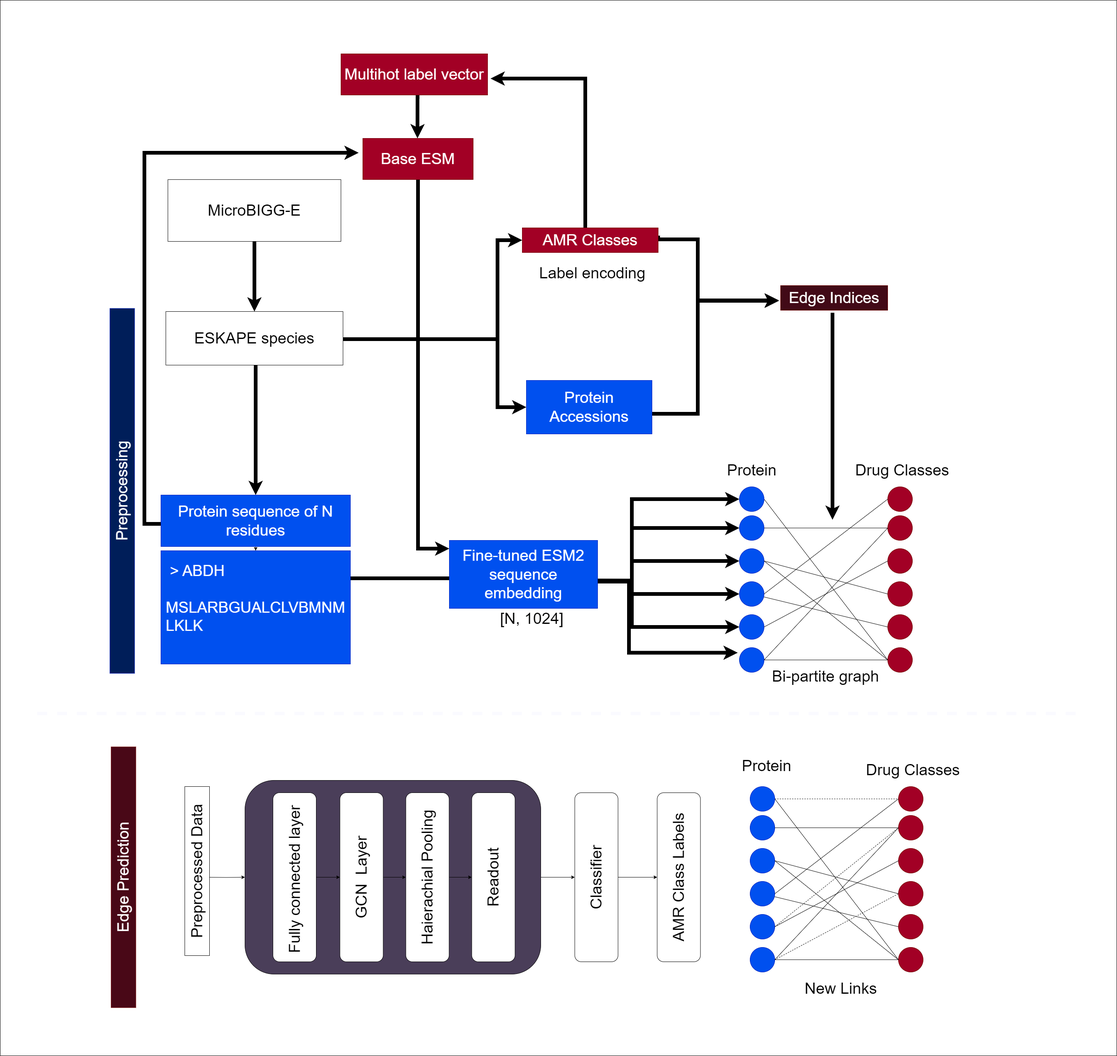
Earlier version of the draw.io export misc/Workflow.png (NCBI-Codeathons/amr-2024-team-sridharan). Source tidied: cells renumbered, new cells last; positions are measured from the earlier drawing's top-left corner, leaving out a move shared by most shapes.
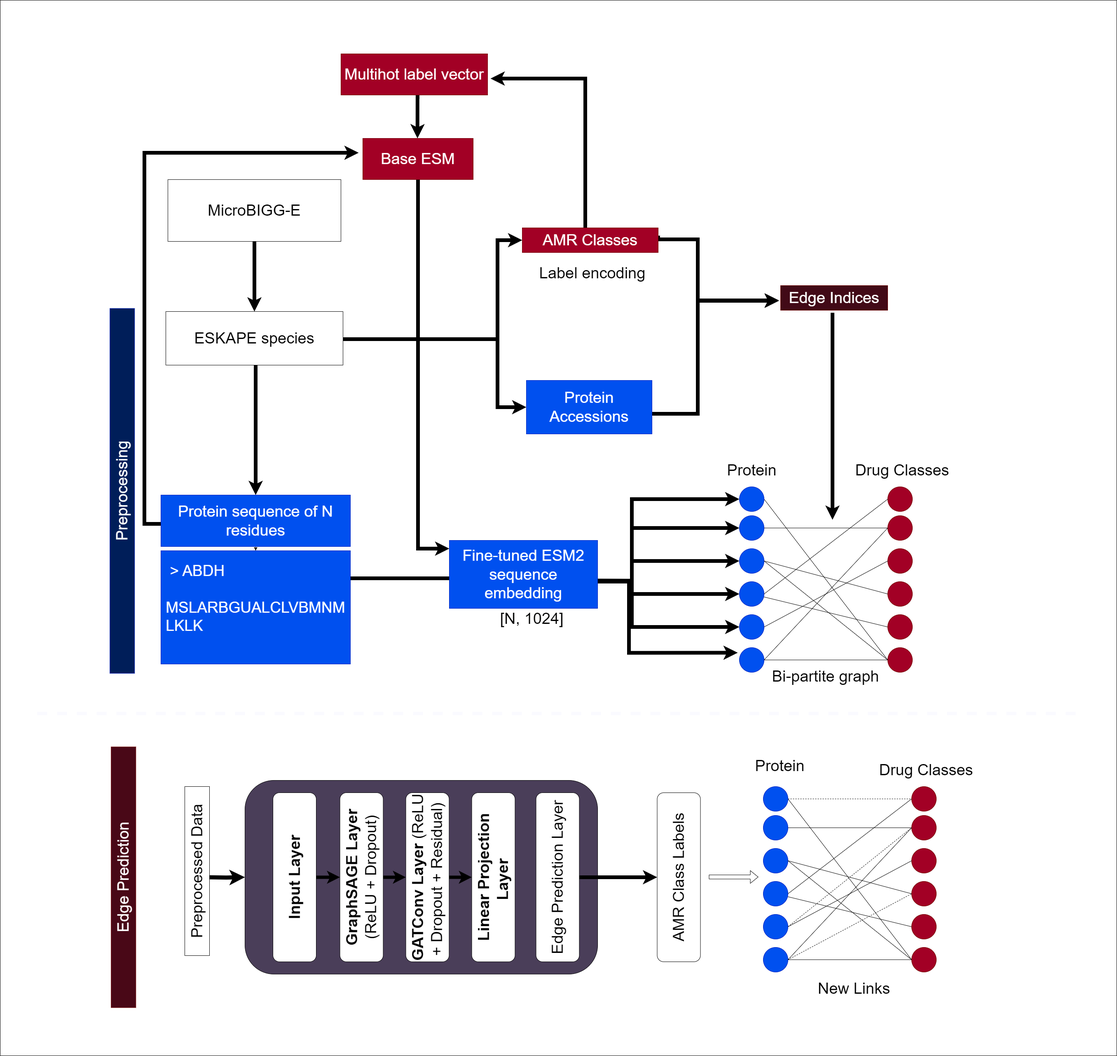
Above is the later version.

Commit message:
workflow and graph data code rough outline

Diff of the diagram source:
```diff
@@ -122,7 +122,7 @@
         </Array>
       </mxGeometry>
     </mxCell>
-    <mxCell id="32" style="edgeStyle=orthogonalEdgeStyle;rounded=0;jettySize=auto;html=1;exitX=1;exitY=0.5;exitDx=0;exitDy=0;fontSize=38;" parent="1" edge="1" target="49">
+    <mxCell id="32" style="edgeStyle=orthogonalEdgeStyle;rounded=0;jettySize=auto;html=1;exitX=1;exitY=0.5;exitDx=0;exitDy=0;fontSize=38;strokeWidth=10;" parent="1" edge="1" target="49">
       <mxGeometry relative="1" as="geometry">
         <mxPoint x="648" y="2127" as="sourcePoint" />
       </mxGeometry>
@@ -225,11 +225,11 @@
     <mxCell id="47" value="Edge Indices" style="rounded=0;whiteSpace=wrap;html=1;fontSize=38;fillColor=#420a17;fontColor=#ffffff;strokeColor=#6F0000;" parent="1" vertex="1">
       <mxGeometry x="2040" y="692" width="260" height="60" as="geometry" />
     </mxCell>
-    <mxCell id="48" style="edgeStyle=orthogonalEdgeStyle;rounded=0;jettySize=auto;html=1;exitX=1;exitY=0.5;exitDx=0;exitDy=0;fontSize=38;" parent="1" edge="1" source="49" target="61">
+    <mxCell id="48" style="edgeStyle=orthogonalEdgeStyle;rounded=0;jettySize=auto;html=1;exitX=1;exitY=0.5;exitDx=0;exitDy=0;fontSize=38;entryX=0.5;entryY=1;entryDx=0;entryDy=0;" parent="1" edge="1" source="49" target="61">
       <mxGeometry relative="1" as="geometry" />
     </mxCell>
     <mxCell id="49" style="rounded=1;whiteSpace=wrap;html=1;fontSize=38;fillColor=#4A3E59;" parent="1" vertex="1">
-      <mxGeometry x="740" y="1892" width="718" height="470" as="geometry" />
+      <mxGeometry x="740" y="1892" width="856" height="470" as="geometry" />
     </mxCell>
     <mxCell id="50" value="Preprocessing" style="rounded=0;whiteSpace=wrap;html=1;rotation=-90;fontSize=38;fillColor=#001E59;fontColor=#ffffff;strokeColor=#001DBC;" parent="1" vertex="1">
       <mxGeometry x="-0.2" y="1160" width="885" height="60" as="geometry" />
@@ -240,32 +240,32 @@
     <mxCell id="52" value="Edge Prediction" style="rounded=0;whiteSpace=wrap;html=1;rotation=-90;fontSize=38;fillColor=#490817;fontColor=#ffffff;strokeColor=#6F0000;" parent="1" vertex="1">
       <mxGeometry x="129" y="2097" width="632.5" height="60" as="geometry" />
     </mxCell>
-    <mxCell id="53" style="edgeStyle=orthogonalEdgeStyle;rounded=0;jettySize=auto;html=1;exitX=0.5;exitY=1;exitDx=0;exitDy=0;fontSize=38;" parent="1" edge="1" source="54" target="56">
+    <mxCell id="53" style="edgeStyle=orthogonalEdgeStyle;rounded=0;jettySize=auto;html=1;exitX=0.5;exitY=1;exitDx=0;exitDy=0;fontSize=38;strokeWidth=8;" parent="1" edge="1" source="54" target="56">
       <mxGeometry relative="1" as="geometry" />
     </mxCell>
-    <mxCell id="54" value="Fully connected layer&amp;nbsp;" style="rounded=1;whiteSpace=wrap;html=1;rotation=-90;fontSize=38;" parent="1" vertex="1">
+    <mxCell id="54" value="&lt;b&gt;Input Layer&lt;/b&gt;" style="rounded=1;whiteSpace=wrap;html=1;rotation=-90;fontSize=38;" parent="1" vertex="1">
       <mxGeometry x="655.5" y="2074.5" width="410" height="105" as="geometry" />
     </mxCell>
-    <mxCell id="55" style="edgeStyle=orthogonalEdgeStyle;rounded=0;jettySize=auto;html=1;fontSize=38;" parent="1" edge="1" source="56" target="58">
+    <mxCell id="55" style="edgeStyle=orthogonalEdgeStyle;rounded=0;jettySize=auto;html=1;fontSize=38;strokeWidth=8;" parent="1" edge="1" source="56" target="58">
       <mxGeometry relative="1" as="geometry" />
     </mxCell>
-    <mxCell id="56" value="GCN&amp;nbsp; Layer" style="rounded=1;whiteSpace=wrap;html=1;rotation=-90;fontSize=38;" parent="1" vertex="1">
+    <mxCell id="56" value="&lt;strong&gt;GraphSAGE Layer&lt;/strong&gt; (ReLU + Dropout)" style="rounded=1;whiteSpace=wrap;html=1;rotation=-90;fontSize=38;" parent="1" vertex="1">
       <mxGeometry x="818" y="2074.5" width="410" height="105" as="geometry" />
     </mxCell>
-    <mxCell id="57" style="edgeStyle=orthogonalEdgeStyle;rounded=0;jettySize=auto;html=1;entryX=0.5;entryY=0;entryDx=0;entryDy=0;fontSize=38;" parent="1" edge="1" source="58" target="59">
+    <mxCell id="57" style="edgeStyle=orthogonalEdgeStyle;rounded=0;jettySize=auto;html=1;entryX=0.5;entryY=0;entryDx=0;entryDy=0;fontSize=38;strokeWidth=8;" parent="1" edge="1" source="58" target="59">
       <mxGeometry relative="1" as="geometry" />
     </mxCell>
-    <mxCell id="58" value="Haierachial Pooling" style="rounded=1;whiteSpace=wrap;html=1;rotation=-90;fontSize=38;" parent="1" vertex="1">
+    <mxCell id="58" value="&lt;strong&gt;GATConv Layer&lt;/strong&gt; (ReLU + Dropout + Residual)&amp;nbsp;" style="rounded=1;whiteSpace=wrap;html=1;rotation=-90;fontSize=38;" parent="1" vertex="1">
       <mxGeometry x="978" y="2074.5" width="410" height="105" as="geometry" />
     </mxCell>
-    <mxCell id="59" value="Readout" style="rounded=1;whiteSpace=wrap;html=1;rotation=-90;fontSize=38;" parent="1" vertex="1">
+    <mxCell id="59" value="&lt;strong&gt;Linear Projection Layer&lt;/strong&gt;&amp;nbsp;" style="rounded=1;whiteSpace=wrap;html=1;rotation=-90;fontSize=38;" parent="1" vertex="1">
       <mxGeometry x="1138" y="2074.5" width="410" height="105" as="geometry" />
     </mxCell>
-    <mxCell id="60" style="edgeStyle=orthogonalEdgeStyle;rounded=0;jettySize=auto;html=1;exitX=0.5;exitY=1;exitDx=0;exitDy=0;fontSize=38;" parent="1" edge="1" source="61" target="62">
+    <mxCell id="60" style="edgeStyle=orthogonalEdgeStyle;rounded=0;jettySize=auto;html=1;exitX=0.5;exitY=1;exitDx=0;exitDy=0;fontSize=38;strokeWidth=9;" parent="1" edge="1" source="61" target="62">
       <mxGeometry relative="1" as="geometry" />
     </mxCell>
-    <mxCell id="61" value="Classifier" style="rounded=1;whiteSpace=wrap;html=1;rotation=-90;fontSize=38;" parent="1" vertex="1">
-      <mxGeometry x="1388" y="2074.5" width="410" height="105" as="geometry" />
+    <mxCell id="61" value="Edge Prediction Layer" style="rounded=1;whiteSpace=wrap;html=1;rotation=-90;fontSize=38;" parent="1" vertex="1">
+      <mxGeometry x="1294" y="2074.5" width="410" height="105" as="geometry" />
     </mxCell>
     <mxCell id="62" value="AMR Class Labels" style="rounded=1;whiteSpace=wrap;html=1;rotation=-90;fontSize=38;" parent="1" vertex="1">
       <mxGeometry x="1588" y="2074.5" width="410" height="105" as="geometry" />
@@ -283,28 +283,28 @@
       <mxGeometry x="2009" y="1610" width="280" height="60" as="geometry" />
     </mxCell>
     <mxCell id="66" style="ellipse;whiteSpace=wrap;html=1;fontSize=38;fillColor=#0050ef;fontColor=#ffffff;strokeColor=#001DBC;" parent="1" vertex="1">
-      <mxGeometry x="1966" y="1977" width="60" height="60" as="geometry" />
+      <mxGeometry x="1998" y="1977" width="60" height="60" as="geometry" />
     </mxCell>
     <mxCell id="67" style="ellipse;whiteSpace=wrap;html=1;fontSize=38;fillColor=#0050ef;fontColor=#ffffff;strokeColor=#001DBC;" parent="1" vertex="1">
-      <mxGeometry x="1966" y="2057" width="60" height="60" as="geometry" />
+      <mxGeometry x="1998" y="2057" width="60" height="60" as="geometry" />
     </mxCell>
     <mxCell id="68" style="rounded=0;jettySize=auto;html=1;entryX=0;entryY=0.5;entryDx=0;entryDy=0;endArrow=none;endFill=0;fontSize=38;" parent="1" edge="1" source="69" target="80">
       <mxGeometry relative="1" as="geometry" />
     </mxCell>
     <mxCell id="69" style="ellipse;whiteSpace=wrap;html=1;fontSize=38;fillColor=#0050ef;fontColor=#ffffff;strokeColor=#001DBC;" parent="1" vertex="1">
-      <mxGeometry x="1966" y="2137" width="60" height="60" as="geometry" />
+      <mxGeometry x="1998" y="2137" width="60" height="60" as="geometry" />
     </mxCell>
     <mxCell id="70" style="rounded=0;jettySize=auto;html=1;exitX=1;exitY=0.5;exitDx=0;exitDy=0;entryX=0;entryY=0.5;entryDx=0;entryDy=0;endArrow=none;endFill=0;dashed=1;" parent="1" edge="1" source="71" target="77">
       <mxGeometry relative="1" as="geometry" />
     </mxCell>
     <mxCell id="71" style="ellipse;whiteSpace=wrap;html=1;fontSize=38;fillColor=#0050ef;fontColor=#ffffff;strokeColor=#001DBC;" parent="1" vertex="1">
-      <mxGeometry x="1966" y="2217" width="60" height="60" as="geometry" />
+      <mxGeometry x="1998" y="2217" width="60" height="60" as="geometry" />
     </mxCell>
     <mxCell id="72" style="rounded=0;jettySize=auto;html=1;exitX=1;exitY=0.5;exitDx=0;exitDy=0;entryX=0;entryY=0.5;entryDx=0;entryDy=0;endArrow=none;endFill=0;dashed=1;" parent="1" edge="1" source="73" target="79">
       <mxGeometry relative="1" as="geometry" />
     </mxCell>
     <mxCell id="73" style="ellipse;whiteSpace=wrap;html=1;fontSize=38;fillColor=#0050ef;fontColor=#ffffff;strokeColor=#001DBC;" parent="1" vertex="1">
-      <mxGeometry x="1966" y="2297" width="60" height="60" as="geometry" />
+      <mxGeometry x="1998" y="2297" width="60" height="60" as="geometry" />
     </mxCell>
     <mxCell id="74" style="rounded=0;jettySize=auto;html=1;exitX=1;exitY=0.5;exitDx=0;exitDy=0;entryX=0;entryY=0.5;entryDx=0;entryDy=0;endArrow=none;endFill=0;fontSize=38;" parent="1" edge="1" source="76" target="81">
       <mxGeometry relative="1" as="geometry" />
@@ -313,32 +313,32 @@
       <mxGeometry relative="1" as="geometry" />
     </mxCell>
     <mxCell id="76" style="ellipse;whiteSpace=wrap;html=1;fontSize=38;fillColor=#0050ef;fontColor=#ffffff;strokeColor=#001DBC;" parent="1" vertex="1">
-      <mxGeometry x="1966" y="1907" width="60" height="60" as="geometry" />
+      <mxGeometry x="1998" y="1907" width="60" height="60" as="geometry" />
     </mxCell>
     <mxCell id="77" style="ellipse;whiteSpace=wrap;html=1;fontSize=38;fillColor=#a20025;fontColor=#ffffff;strokeColor=#6F0000;" parent="1" vertex="1">
-      <mxGeometry x="2326" y="1977" width="60" height="60" as="geometry" />
+      <mxGeometry x="2358" y="1977" width="60" height="60" as="geometry" />
     </mxCell>
     <mxCell id="78" style="ellipse;whiteSpace=wrap;html=1;fontSize=38;fillColor=#a20025;fontColor=#ffffff;strokeColor=#6F0000;" parent="1" vertex="1">
-      <mxGeometry x="2326" y="2057" width="60" height="60" as="geometry" />
+      <mxGeometry x="2358" y="2057" width="60" height="60" as="geometry" />
     </mxCell>
     <mxCell id="79" style="ellipse;whiteSpace=wrap;html=1;fontSize=38;fillColor=#a20025;fontColor=#ffffff;strokeColor=#6F0000;" parent="1" vertex="1">
-      <mxGeometry x="2326" y="2137" width="60" height="60" as="geometry" />
+      <mxGeometry x="2358" y="2137" width="60" height="60" as="geometry" />
     </mxCell>
     <mxCell id="80" style="ellipse;whiteSpace=wrap;html=1;fontSize=38;fillColor=#a20025;fontColor=#ffffff;strokeColor=#6F0000;" parent="1" vertex="1">
-      <mxGeometry x="2326" y="2217" width="60" height="60" as="geometry" />
+      <mxGeometry x="2358" y="2217" width="60" height="60" as="geometry" />
     </mxCell>
     <mxCell id="81" style="ellipse;whiteSpace=wrap;html=1;fontSize=38;fillColor=#a20025;fontColor=#ffffff;strokeColor=#6F0000;" parent="1" vertex="1">
-      <mxGeometry x="2326" y="2297" width="60" height="60" as="geometry" />
+      <mxGeometry x="2358" y="2297" width="60" height="60" as="geometry" />
     </mxCell>
     <mxCell id="82" style="ellipse;whiteSpace=wrap;html=1;fontSize=38;fillColor=#a20025;fontColor=#ffffff;strokeColor=#6F0000;" parent="1" vertex="1">
-      <mxGeometry x="2326" y="1907" width="60" height="60" as="geometry" />
+      <mxGeometry x="2358" y="1907" width="60" height="60" as="geometry" />
     </mxCell>
     <mxCell id="83" style="rounded=0;jettySize=auto;html=1;exitX=1;exitY=0.5;exitDx=0;exitDy=0;entryX=0;entryY=0.5;entryDx=0;entryDy=0;endArrow=none;endFill=0;fontSize=38;" parent="1" edge="1" source="66" target="77">
       <mxGeometry relative="1" as="geometry" />
     </mxCell>
     <mxCell id="84" style="rounded=0;jettySize=auto;html=1;exitX=1;exitY=0.5;exitDx=0;exitDy=0;endArrow=none;endFill=0;fontSize=38;" parent="1" edge="1" source="67">
       <mxGeometry relative="1" as="geometry">
-        <mxPoint x="2326" y="2327" as="targetPoint" />
+        <mxPoint x="2358" y="2327" as="targetPoint" />
       </mxGeometry>
     </mxCell>
     <mxCell id="85" style="rounded=0;jettySize=auto;html=1;exitX=1;exitY=0.5;exitDx=0;exitDy=0;entryX=0;entryY=0.5;entryDx=0;entryDy=0;endArrow=none;endFill=0;fontSize=38;" parent="1" edge="1" source="69" target="82">
@@ -352,20 +352,20 @@
     </mxCell>
     <mxCell id="88" style="rounded=0;jettySize=auto;html=1;entryX=0;entryY=0.5;entryDx=0;entryDy=0;endArrow=none;endFill=0;fontSize=38;" parent="1" edge="1" target="79">
       <mxGeometry relative="1" as="geometry">
-        <mxPoint x="2026" y="2087" as="sourcePoint" />
+        <mxPoint x="2058" y="2087" as="sourcePoint" />
       </mxGeometry>
     </mxCell>
     <mxCell id="89" style="rounded=0;jettySize=auto;html=1;exitX=1;exitY=0.5;exitDx=0;exitDy=0;entryX=0;entryY=0.5;entryDx=0;entryDy=0;endArrow=none;endFill=0;fontSize=38;" parent="1" edge="1" source="73" target="81">
       <mxGeometry relative="1" as="geometry" />
     </mxCell>
     <mxCell id="90" value="&lt;span style=&quot;font-size: 38px;&quot;&gt;Drug Classes&lt;/span&gt;" style="text;html=1;align=center;verticalAlign=middle;strokeColor=none;fillColor=none;fontSize=38;" parent="1" vertex="1">
-      <mxGeometry x="2236" y="1837" width="250" height="60" as="geometry" />
+      <mxGeometry x="2268" y="1837" width="250" height="60" as="geometry" />
     </mxCell>
     <mxCell id="91" value="&lt;font style=&quot;font-size: 38px;&quot;&gt;Protein&lt;/font&gt;" style="text;html=1;align=center;verticalAlign=middle;strokeColor=none;fillColor=none;fontSize=38;" parent="1" vertex="1">
-      <mxGeometry x="1936" y="1827" width="140" height="60" as="geometry" />
+      <mxGeometry x="1968" y="1827" width="140" height="60" as="geometry" />
     </mxCell>
     <mxCell id="92" value="New Links" style="text;html=1;align=center;verticalAlign=middle;strokeColor=none;fillColor=none;fontSize=38;" parent="1" vertex="1">
-      <mxGeometry x="2086" y="2367" width="200" height="60" as="geometry" />
+      <mxGeometry x="2118" y="2367" width="200" height="60" as="geometry" />
     </mxCell>
     <mxCell id="93" style="swimlane;startSize=0;" parent="1" vertex="1">
       <mxGeometry x="146" width="2710" height="2560" as="geometry" />
@@ -419,5 +419,11 @@
     <mxCell id="101" value="Multihot label vector" style="rounded=0;whiteSpace=wrap;html=1;fontSize=38;fillColor=#a20025;fontColor=#ffffff;strokeColor=#6F0000;" parent="1" vertex="1">
       <mxGeometry x="973" y="130" width="356" height="100" as="geometry" />
     </mxCell>
+    <mxCell id="102" style="shape=flexArrow;endArrow=classic;html=1;rounded=0;" parent="1" edge="1">
+      <mxGeometry relative="1" as="geometry">
+        <mxPoint x="1866" y="2126.3" as="sourcePoint" />
+        <mxPoint x="1986" y="2126.3" as="targetPoint" />
+      </mxGeometry>
+    </mxCell>
   </root>
 </mxGraphModel>
```
